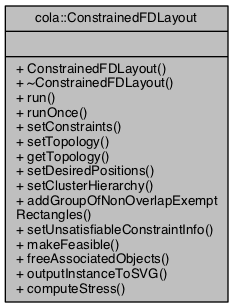
Before: documentation/classcola_1_1ConstrainedFDLayout__coll__graph.png, a diagram exported from Graphviz (mjwybrow/adaptagrams). Its source is kept beside it as documentation/classcola_1_1ConstrainedFDLayout__coll__graph.dot.
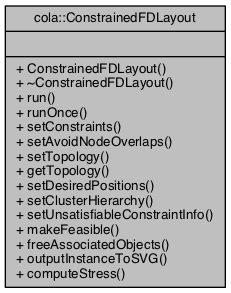
The same file after the commit.

What changed in the source:
```diff
@@ -2,5 +2,5 @@
 {
   edge [fontname="Helvetica",fontsize="10",labelfontname="Helvetica",labelfontsize="10"];
   node [fontname="Helvetica",fontsize="10",shape=record];
-  Node1 [label="{cola::ConstrainedFDLayout\n||+ ConstrainedFDLayout()\l+ ~ConstrainedFDLayout()\l+ run()\l+ runOnce()\l+ setConstraints()\l+ setTopology()\l+ getTopology()\l+ setDesiredPositions()\l+ setClusterHierarchy()\l+ addGroupOfNonOverlapExempt\lRectangles()\l+ setUnsatisfiableConstraintInfo()\l+ makeFeasible()\l+ freeAssociatedObjects()\l+ outputInstanceToSVG()\l+ computeStress()\l}",height=0.2,width=0.4,color="black", fillcolor="grey75", style="filled", fontcolor="black"];
+  Node1 [label="{cola::ConstrainedFDLayout\n||+ ConstrainedFDLayout()\l+ ~ConstrainedFDLayout()\l+ run()\l+ runOnce()\l+ setConstraints()\l+ setAvoidNodeOverlaps()\l+ setTopology()\l+ getTopology()\l+ setDesiredPositions()\l+ setClusterHierarchy()\l+ setUnsatisfiableConstraintInfo()\l+ makeFeasible()\l+ freeAssociatedObjects()\l+ outputInstanceToSVG()\l+ computeStress()\l}",height=0.2,width=0.4,color="black", fillcolor="grey75", style="filled", fontcolor="black"];
 }
```
